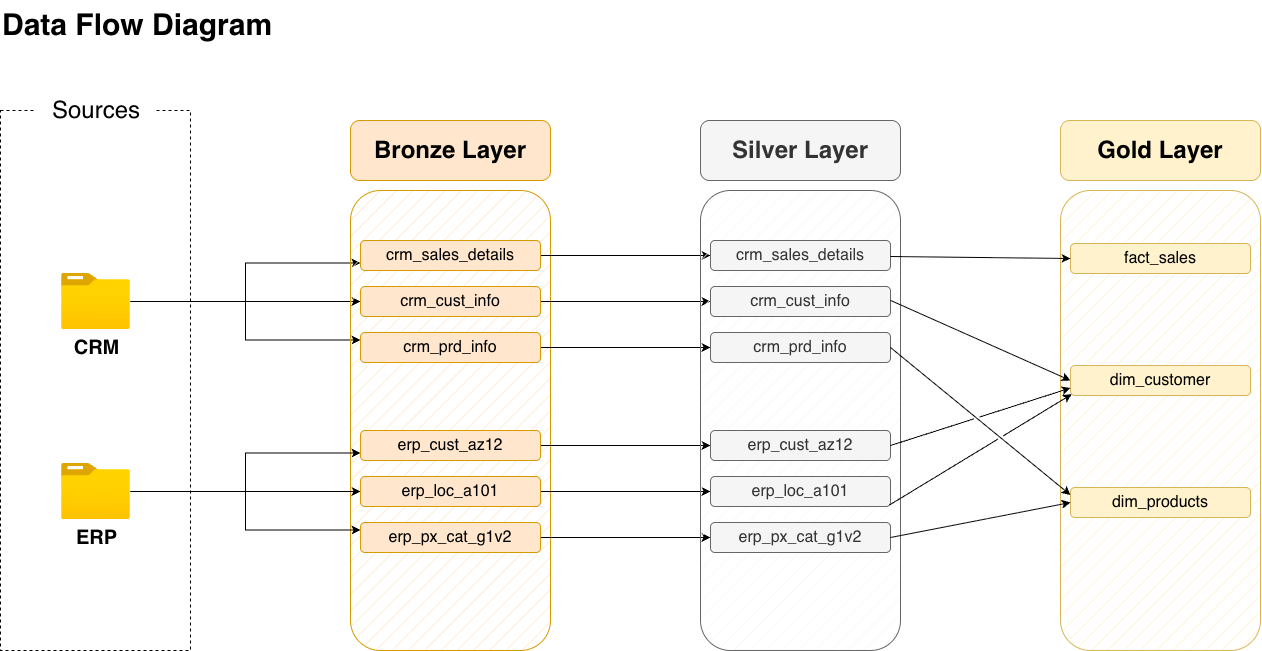
Earlier version of the draw.io export docs/data_flow_diagram.png (Fakhruddin-Hussain/data-warehouse-project). Source tidied: cells renumbered, new cells last; positions are measured from the earlier drawing's top-left corner, leaving out a move shared by most shapes.
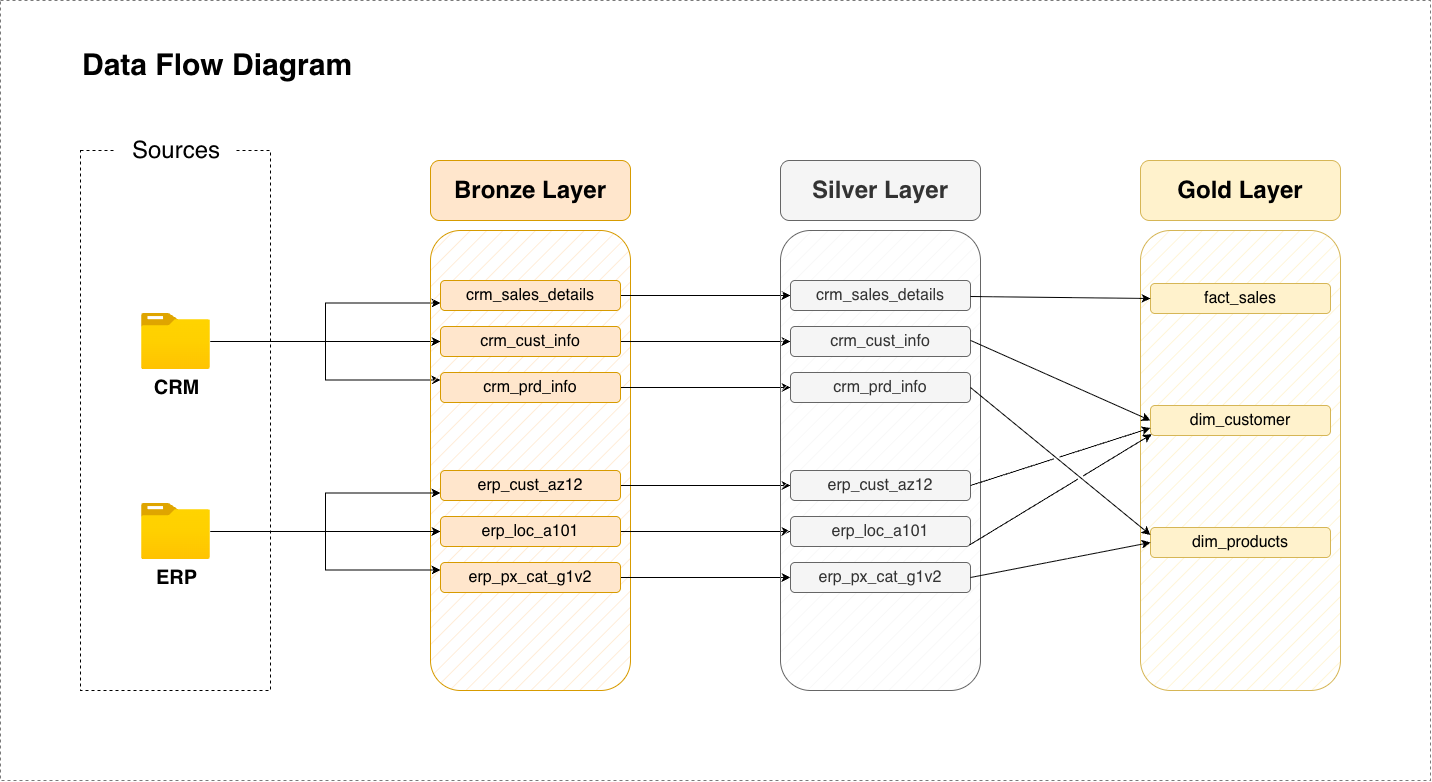
The same file after the commit.

Diff of the diagram source:
```diff
@@ -134,5 +134,8 @@
     <mxCell id="45" value="&lt;h1 style=&quot;margin-top: 0px;&quot;&gt;&lt;span style=&quot;font-size: 30px;&quot;&gt;Data Flow Diagram&lt;/span&gt;&lt;/h1&gt;" style="text;html=1;whiteSpace=wrap;overflow=hidden;rounded=0;" parent="1" vertex="1">
       <mxGeometry width="320" height="70" as="geometry" />
     </mxCell>
+    <mxCell id="46" style="rounded=0;whiteSpace=wrap;html=1;fillColor=none;dashed=1;strokeColor=light-dark(#7a7a7a, #ededed);" parent="1" vertex="1">
+      <mxGeometry x="-80" y="-40" width="1430" height="780" as="geometry" />
+    </mxCell>
   </root>
 </mxGraphModel>
```
